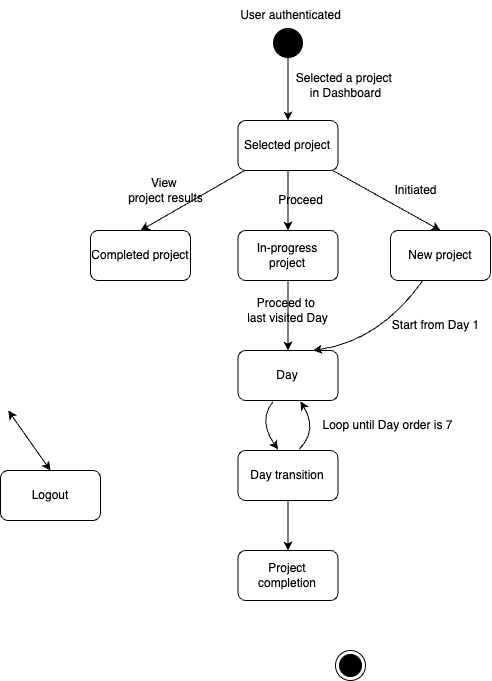
This is docs/design/state-diagram/state-diag.dio.png from dmr4eg/la-infrastructure, a draw.io export, as it was before one commit. Source tidied: cells renumbered, new cells last; positions are measured from the earlier drawing's top-left corner, leaving out a move shared by most shapes.
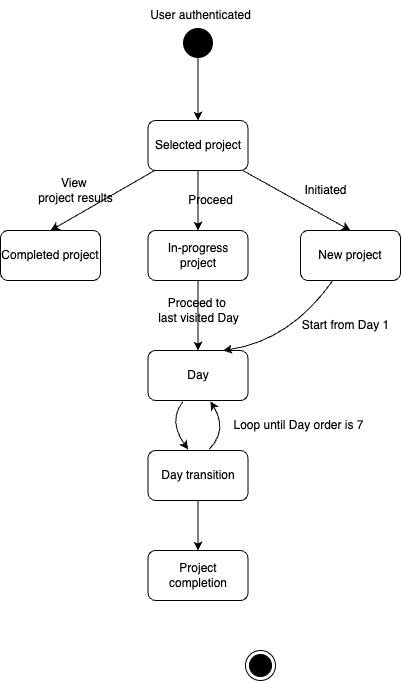
After the change.

Commit message:
user flow update

The edit, as a diff of the source:
```diff
@@ -2,14 +2,6 @@
   <root>
     <mxCell id="0" />
     <mxCell id="1" parent="0" />
-    <mxCell id="2" style="edgeStyle=none;html=1;entryX=0.5;entryY=0;entryDx=0;entryDy=0;startArrow=classic;startFill=1;" parent="1" edge="1" target="3">
-      <mxGeometry relative="1" as="geometry">
-        <mxPoint x="7.6" y="410" as="sourcePoint" />
-      </mxGeometry>
-    </mxCell>
-    <mxCell id="3" value="Logout" style="html=1;dashed=0;whiteSpace=wrap;rounded=1;" parent="1" vertex="1">
-      <mxGeometry y="470" width="100" height="50" as="geometry" />
-    </mxCell>
     <mxCell id="4" style="edgeStyle=none;html=1;entryX=0.5;entryY=0;entryDx=0;entryDy=0;" parent="1" edge="1" source="7" target="15">
       <mxGeometry relative="1" as="geometry" />
     </mxCell>
@@ -98,8 +90,5 @@
     <mxCell id="28" value="User authenticated" style="text;html=1;align=center;verticalAlign=middle;strokeColor=none;fillColor=none;" parent="1" vertex="1">
       <mxGeometry x="230" width="120" height="30" as="geometry" />
     </mxCell>
-    <mxCell id="29" value="Selected a project&amp;nbsp;&lt;div&gt;in Dashboard&lt;/div&gt;" style="text;html=1;align=center;verticalAlign=middle;strokeColor=none;fillColor=none;" parent="1" vertex="1">
-      <mxGeometry x="285" y="65" width="120" height="40" as="geometry" />
-    </mxCell>
   </root>
 </mxGraphModel>
```
